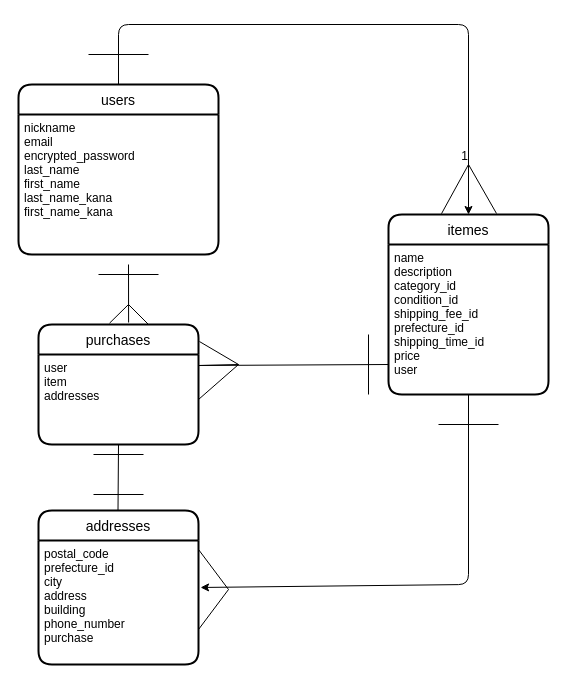
Before: er.dio in nago0427/furima-40919, a draw.io diagram. Source tidied: cells renumbered, new cells numbered last; positions are measured from the earlier drawing's top-left corner, leaving out a move shared by most shapes. Both pictures are drawn from the tidied source at 100%, with x=0, y=0 at pixel (18, 24).
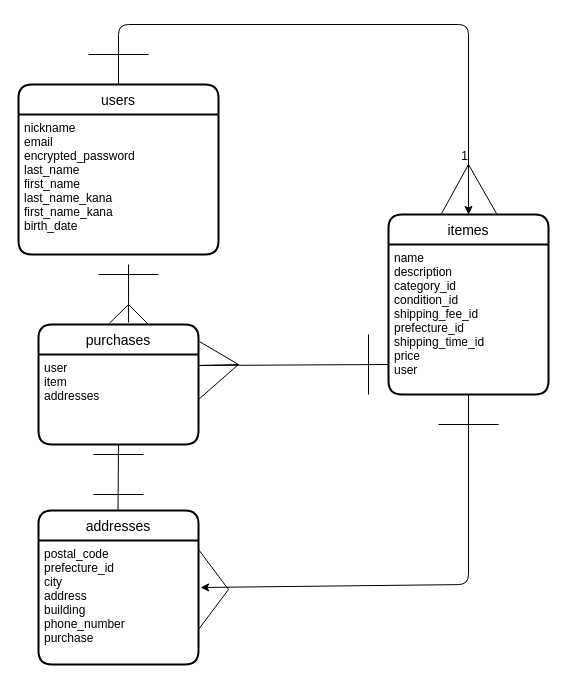
Above is the later version.

The change refers to these unchanged cells:
```xml
<mxCell id="22" value="users" style="swimlane;horizontal=1;startSize=30;rounded=1;fontSize=14;fontStyle=0;strokeWidth=2;shadow=0;dashed=0;align=center;" parent="1" vertex="1">
  <mxGeometry y="60" width="200" height="170" as="geometry" />
</mxCell>
```

The edit, as a diff of the source:
```diff
@@
-    <mxCell id="23" value="nickname&#10;email&#10;encrypted_password&#10;last_name &#10;first_name &#10;last_name_kana &#10;first_name_kana  " style="align=left;strokeColor=none;fillColor=none;spacingLeft=4;fontSize=12;verticalAlign=top;" parent="22" vertex="1">
+    <mxCell id="23" value="nickname&#10;email&#10;encrypted_password&#10;last_name &#10;first_name &#10;last_name_kana &#10;first_name_kana  &#10;birth_date" style="align=left;strokeColor=none;fillColor=none;spacingLeft=4;fontSize=12;verticalAlign=top;" parent="22" vertex="1">
       <mxGeometry y="30" width="200" height="140" as="geometry" />
     </mxCell>
```
